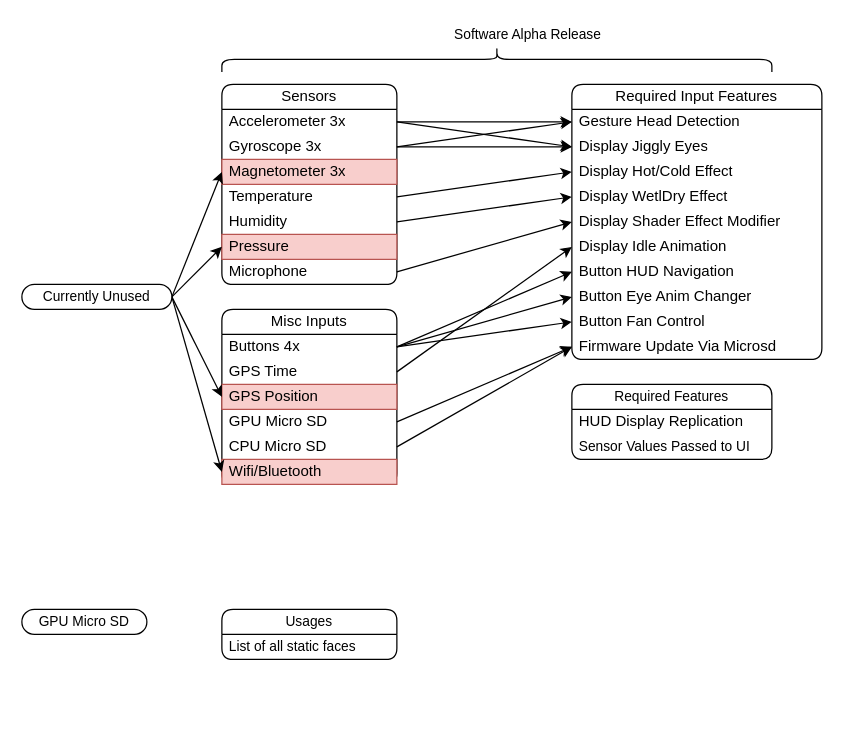
Before: page "Requirements" (1 of 5) of Documents/Software Diagram (DX.3).drawio in Cyberspecies/Synth-Head, a draw.io diagram. Source tidied: cells renumbered, new cells numbered last; positions are measured from the earlier drawing's top-left corner, leaving out a move shared by most shapes. Both pictures are drawn from the tidied source at 125%, with x=0, y=0 at pixel (21, 21).
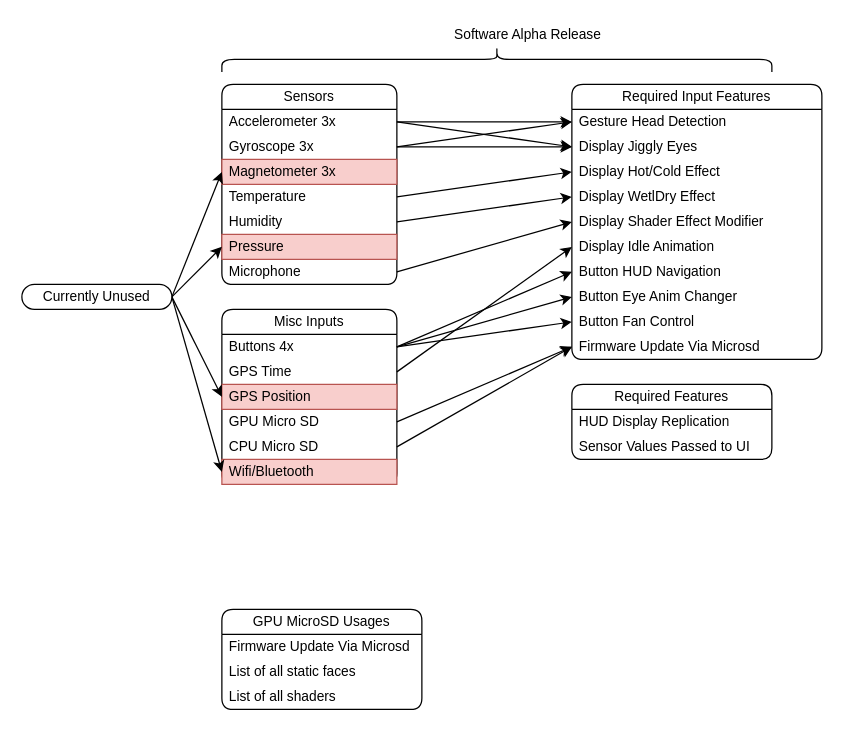
After the change.

Commit message:
Added Alpha release software stack (GPU)

Unchanged cells that the change refers to:
```xml
<mxCell id="39" value="Required Features" style="swimlane;fontStyle=0;horizontal=1;startSize=20;whiteSpace=wrap;html=1;rounded=1;fontFamily=Helvetica;fontSize=11;fontColor=default;labelBackgroundColor=default;" parent="1" vertex="1">
  <mxGeometry x="440" y="290" width="160" height="60" as="geometry" />
</mxCell>
```

Diff of the diagram source:
```diff
@@
-    <mxCell id="2" value="Sensors" style="swimlane;fontStyle=0;horizontal=1;startSize=20;whiteSpace=wrap;html=1;rounded=1;" parent="1" vertex="1">
+    <mxCell id="2" value="Sensors" style="swimlane;fontStyle=0;horizontal=1;startSize=20;whiteSpace=wrap;html=1;rounded=1;fontSize=11;" parent="1" vertex="1">
       <mxGeometry x="160" y="50" width="140" height="160" as="geometry" />
     </mxCell>
-    <mxCell id="3" value="Accelerometer 3x" style="text;strokeColor=none;fillColor=none;align=left;verticalAlign=middle;spacingLeft=4;spacingRight=4;overflow=hidden;points=[[0,0.5],[1,0.5]];portConstraint=eastwest;whiteSpace=wrap;html=1;" parent="2" vertex="1">
+    <mxCell id="3" value="Accelerometer 3x" style="text;strokeColor=none;fillColor=none;align=left;verticalAlign=middle;spacingLeft=4;spacingRight=4;overflow=hidden;points=[[0,0.5],[1,0.5]];portConstraint=eastwest;whiteSpace=wrap;html=1;fontSize=11;" parent="2" vertex="1">
       <mxGeometry y="20" width="140" height="20" as="geometry" />
     </mxCell>
-    <mxCell id="4" value="Gyroscope 3x" style="text;strokeColor=none;fillColor=none;align=left;verticalAlign=middle;spacingLeft=4;spacingRight=4;overflow=hidden;points=[[0,0.5],[1,0.5]];portConstraint=eastwest;whiteSpace=wrap;html=1;" parent="2" vertex="1">
+    <mxCell id="4" value="Gyroscope 3x" style="text;strokeColor=none;fillColor=none;align=left;verticalAlign=middle;spacingLeft=4;spacingRight=4;overflow=hidden;points=[[0,0.5],[1,0.5]];portConstraint=eastwest;whiteSpace=wrap;html=1;fontSize=11;" parent="2" vertex="1">
       <mxGeometry y="40" width="140" height="20" as="geometry" />
     </mxCell>
-    <mxCell id="5" value="Magnetometer 3x" style="text;strokeColor=#b85450;fillColor=#f8cecc;align=left;verticalAlign=middle;spacingLeft=4;spacingRight=4;overflow=hidden;points=[[0,0.5],[1,0.5]];portConstraint=eastwest;whiteSpace=wrap;html=1;" parent="2" vertex="1">
+    <mxCell id="5" value="Magnetometer 3x" style="text;strokeColor=#b85450;fillColor=#f8cecc;align=left;verticalAlign=middle;spacingLeft=4;spacingRight=4;overflow=hidden;points=[[0,0.5],[1,0.5]];portConstraint=eastwest;whiteSpace=wrap;html=1;fontSize=11;" parent="2" vertex="1">
       <mxGeometry y="60" width="140" height="20" as="geometry" />
     </mxCell>
-    <mxCell id="6" value="Temperature" style="text;strokeColor=none;fillColor=none;align=left;verticalAlign=middle;spacingLeft=4;spacingRight=4;overflow=hidden;points=[[0,0.5],[1,0.5]];portConstraint=eastwest;whiteSpace=wrap;html=1;" parent="2" vertex="1">
+    <mxCell id="6" value="Temperature" style="text;strokeColor=none;fillColor=none;align=left;verticalAlign=middle;spacingLeft=4;spacingRight=4;overflow=hidden;points=[[0,0.5],[1,0.5]];portConstraint=eastwest;whiteSpace=wrap;html=1;fontSize=11;" parent="2" vertex="1">
       <mxGeometry y="80" width="140" height="20" as="geometry" />
     </mxCell>
-    <mxCell id="7" value="Humidity" style="text;strokeColor=none;fillColor=none;align=left;verticalAlign=middle;spacingLeft=4;spacingRight=4;overflow=hidden;points=[[0,0.5],[1,0.5]];portConstraint=eastwest;whiteSpace=wrap;html=1;" parent="2" vertex="1">
+    <mxCell id="7" value="Humidity" style="text;strokeColor=none;fillColor=none;align=left;verticalAlign=middle;spacingLeft=4;spacingRight=4;overflow=hidden;points=[[0,0.5],[1,0.5]];portConstraint=eastwest;whiteSpace=wrap;html=1;fontSize=11;" parent="2" vertex="1">
       <mxGeometry y="100" width="140" height="20" as="geometry" />
     </mxCell>
-    <mxCell id="8" value="Pressure" style="text;strokeColor=#b85450;fillColor=#f8cecc;align=left;verticalAlign=middle;spacingLeft=4;spacingRight=4;overflow=hidden;points=[[0,0.5],[1,0.5]];portConstraint=eastwest;whiteSpace=wrap;html=1;" parent="2" vertex="1">
+    <mxCell id="8" value="Pressure" style="text;strokeColor=#b85450;fillColor=#f8cecc;align=left;verticalAlign=middle;spacingLeft=4;spacingRight=4;overflow=hidden;points=[[0,0.5],[1,0.5]];portConstraint=eastwest;whiteSpace=wrap;html=1;fontSize=11;" parent="2" vertex="1">
       <mxGeometry y="120" width="140" height="20" as="geometry" />
     </mxCell>
-    <mxCell id="9" value="Microphone" style="text;strokeColor=none;fillColor=none;align=left;verticalAlign=middle;spacingLeft=4;spacingRight=4;overflow=hidden;points=[[0,0.5],[1,0.5]];portConstraint=eastwest;whiteSpace=wrap;html=1;" parent="2" vertex="1">
+    <mxCell id="9" value="Microphone" style="text;strokeColor=none;fillColor=none;align=left;verticalAlign=middle;spacingLeft=4;spacingRight=4;overflow=hidden;points=[[0,0.5],[1,0.5]];portConstraint=eastwest;whiteSpace=wrap;html=1;fontSize=11;" parent="2" vertex="1">
       <mxGeometry y="140" width="140" height="20" as="geometry" />
     </mxCell>
-    <mxCell id="10" value="Misc Inputs" style="swimlane;fontStyle=0;horizontal=1;startSize=20;whiteSpace=wrap;html=1;rounded=1;" parent="1" vertex="1">
+    <mxCell id="10" value="Misc Inputs" style="swimlane;fontStyle=0;horizontal=1;startSize=20;whiteSpace=wrap;html=1;rounded=1;fontSize=11;" parent="1" vertex="1">
       <mxGeometry x="160" y="230" width="140" height="140" as="geometry" />
     </mxCell>
-    <mxCell id="11" value="Buttons 4x" style="text;strokeColor=none;fillColor=none;align=left;verticalAlign=middle;spacingLeft=4;spacingRight=4;overflow=hidden;points=[[0,0.5],[1,0.5]];portConstraint=eastwest;whiteSpace=wrap;html=1;" parent="10" vertex="1">
+    <mxCell id="11" value="Buttons 4x" style="text;strokeColor=none;fillColor=none;align=left;verticalAlign=middle;spacingLeft=4;spacingRight=4;overflow=hidden;points=[[0,0.5],[1,0.5]];portConstraint=eastwest;whiteSpace=wrap;html=1;fontSize=11;" parent="10" vertex="1">
       <mxGeometry y="20" width="140" height="20" as="geometry" />
     </mxCell>
-    <mxCell id="12" value="GPS Time" style="text;strokeColor=none;fillColor=none;align=left;verticalAlign=middle;spacingLeft=4;spacingRight=4;overflow=hidden;points=[[0,0.5],[1,0.5]];portConstraint=eastwest;whiteSpace=wrap;html=1;" parent="10" vertex="1">
+    <mxCell id="12" value="GPS Time" style="text;strokeColor=none;fillColor=none;align=left;verticalAlign=middle;spacingLeft=4;spacingRight=4;overflow=hidden;points=[[0,0.5],[1,0.5]];portConstraint=eastwest;whiteSpace=wrap;html=1;fontSize=11;" parent="10" vertex="1">
       <mxGeometry y="40" width="140" height="20" as="geometry" />
     </mxCell>
-    <mxCell id="13" value="GPS Position" style="text;strokeColor=#b85450;fillColor=#f8cecc;align=left;verticalAlign=middle;spacingLeft=4;spacingRight=4;overflow=hidden;points=[[0,0.5],[1,0.5]];portConstraint=eastwest;whiteSpace=wrap;html=1;" parent="10" vertex="1">
+    <mxCell id="13" value="GPS Position" style="text;strokeColor=#b85450;fillColor=#f8cecc;align=left;verticalAlign=middle;spacingLeft=4;spacingRight=4;overflow=hidden;points=[[0,0.5],[1,0.5]];portConstraint=eastwest;whiteSpace=wrap;html=1;fontSize=11;" parent="10" vertex="1">
       <mxGeometry y="60" width="140" height="20" as="geometry" />
     </mxCell>
-    <mxCell id="14" value="GPU Micro SD" style="text;strokeColor=none;fillColor=none;align=left;verticalAlign=middle;spacingLeft=4;spacingRight=4;overflow=hidden;points=[[0,0.5],[1,0.5]];portConstraint=eastwest;whiteSpace=wrap;html=1;" parent="10" vertex="1">
+    <mxCell id="14" value="GPU Micro SD" style="text;strokeColor=none;fillColor=none;align=left;verticalAlign=middle;spacingLeft=4;spacingRight=4;overflow=hidden;points=[[0,0.5],[1,0.5]];portConstraint=eastwest;whiteSpace=wrap;html=1;fontSize=11;" parent="10" vertex="1">
       <mxGeometry y="80" width="140" height="20" as="geometry" />
     </mxCell>
-    <mxCell id="15" value="CPU Micro SD" style="text;strokeColor=none;fillColor=none;align=left;verticalAlign=middle;spacingLeft=4;spacingRight=4;overflow=hidden;points=[[0,0.5],[1,0.5]];portConstraint=eastwest;whiteSpace=wrap;html=1;" parent="10" vertex="1">
+    <mxCell id="15" value="CPU Micro SD" style="text;strokeColor=none;fillColor=none;align=left;verticalAlign=middle;spacingLeft=4;spacingRight=4;overflow=hidden;points=[[0,0.5],[1,0.5]];portConstraint=eastwest;whiteSpace=wrap;html=1;fontSize=11;" parent="10" vertex="1">
       <mxGeometry y="100" width="140" height="20" as="geometry" />
     </mxCell>
-    <mxCell id="16" value="Wifi/Bluetooth" style="text;strokeColor=#b85450;fillColor=#f8cecc;align=left;verticalAlign=middle;spacingLeft=4;spacingRight=4;overflow=hidden;points=[[0,0.5],[1,0.5]];portConstraint=eastwest;whiteSpace=wrap;html=1;" parent="10" vertex="1">
+    <mxCell id="16" value="Wifi/Bluetooth" style="text;strokeColor=#b85450;fillColor=#f8cecc;align=left;verticalAlign=middle;spacingLeft=4;spacingRight=4;overflow=hidden;points=[[0,0.5],[1,0.5]];portConstraint=eastwest;whiteSpace=wrap;html=1;fontSize=11;" parent="10" vertex="1">
       <mxGeometry y="120" width="140" height="20" as="geometry" />
     </mxCell>
-    <mxCell id="17" value="Required Input Features" style="swimlane;fontStyle=0;horizontal=1;startSize=20;whiteSpace=wrap;html=1;rounded=1;" parent="1" vertex="1">
+    <mxCell id="17" value="Required Input Features" style="swimlane;fontStyle=0;horizontal=1;startSize=20;whiteSpace=wrap;html=1;rounded=1;fontSize=11;" parent="1" vertex="1">
       <mxGeometry x="440" y="50" width="200" height="220" as="geometry" />
     </mxCell>
-    <mxCell id="18" value="Gesture Head Detection" style="text;strokeColor=none;fillColor=none;align=left;verticalAlign=middle;spacingLeft=4;spacingRight=4;overflow=hidden;points=[[0,0.5],[1,0.5]];portConstraint=eastwest;whiteSpace=wrap;html=1;" parent="17" vertex="1">
+    <mxCell id="18" value="Gesture Head Detection" style="text;strokeColor=none;fillColor=none;align=left;verticalAlign=middle;spacingLeft=4;spacingRight=4;overflow=hidden;points=[[0,0.5],[1,0.5]];portConstraint=eastwest;whiteSpace=wrap;html=1;fontSize=11;" parent="17" vertex="1">
       <mxGeometry y="20" width="200" height="20" as="geometry" />
     </mxCell>
-    <mxCell id="19" value="Display Jiggly Eyes" style="text;strokeColor=none;fillColor=none;align=left;verticalAlign=middle;spacingLeft=4;spacingRight=4;overflow=hidden;points=[[0,0.5],[1,0.5]];portConstraint=eastwest;whiteSpace=wrap;html=1;" parent="17" vertex="1">
+    <mxCell id="19" value="Display Jiggly Eyes" style="text;strokeColor=none;fillColor=none;align=left;verticalAlign=middle;spacingLeft=4;spacingRight=4;overflow=hidden;points=[[0,0.5],[1,0.5]];portConstraint=eastwest;whiteSpace=wrap;html=1;fontSize=11;" parent="17" vertex="1">
       <mxGeometry y="40" width="200" height="20" as="geometry" />
     </mxCell>
-    <mxCell id="20" value="Display Hot/Cold Effect" style="text;strokeColor=none;fillColor=none;align=left;verticalAlign=middle;spacingLeft=4;spacingRight=4;overflow=hidden;points=[[0,0.5],[1,0.5]];portConstraint=eastwest;whiteSpace=wrap;html=1;" parent="17" vertex="1">
+    <mxCell id="20" value="Display Hot/Cold Effect" style="text;strokeColor=none;fillColor=none;align=left;verticalAlign=middle;spacingLeft=4;spacingRight=4;overflow=hidden;points=[[0,0.5],[1,0.5]];portConstraint=eastwest;whiteSpace=wrap;html=1;fontSize=11;" parent="17" vertex="1">
       <mxGeometry y="60" width="200" height="20" as="geometry" />
     </mxCell>
-    <mxCell id="21" value="Display WetlDry Effect" style="text;strokeColor=none;fillColor=none;align=left;verticalAlign=middle;spacingLeft=4;spacingRight=4;overflow=hidden;points=[[0,0.5],[1,0.5]];portConstraint=eastwest;whiteSpace=wrap;html=1;" parent="17" vertex="1">
+    <mxCell id="21" value="Display WetlDry Effect" style="text;strokeColor=none;fillColor=none;align=left;verticalAlign=middle;spacingLeft=4;spacingRight=4;overflow=hidden;points=[[0,0.5],[1,0.5]];portConstraint=eastwest;whiteSpace=wrap;html=1;fontSize=11;" parent="17" vertex="1">
       <mxGeometry y="80" width="200" height="20" as="geometry" />
     </mxCell>
-    <mxCell id="22" value="Display Shader Effect Modifier" style="text;strokeColor=none;fillColor=none;align=left;verticalAlign=middle;spacingLeft=4;spacingRight=4;overflow=hidden;points=[[0,0.5],[1,0.5]];portConstraint=eastwest;whiteSpace=wrap;html=1;" parent="17" vertex="1">
+    <mxCell id="22" value="Display Shader Effect Modifier" style="text;strokeColor=none;fillColor=none;align=left;verticalAlign=middle;spacingLeft=4;spacingRight=4;overflow=hidden;points=[[0,0.5],[1,0.5]];portConstraint=eastwest;whiteSpace=wrap;html=1;fontSize=11;" parent="17" vertex="1">
       <mxGeometry y="100" width="200" height="20" as="geometry" />
     </mxCell>
-    <mxCell id="23" value="Display Idle Animation" style="text;strokeColor=none;fillColor=none;align=left;verticalAlign=middle;spacingLeft=4;spacingRight=4;overflow=hidden;points=[[0,0.5],[1,0.5]];portConstraint=eastwest;whiteSpace=wrap;html=1;" parent="17" vertex="1">
+    <mxCell id="23" value="Display Idle Animation" style="text;strokeColor=none;fillColor=none;align=left;verticalAlign=middle;spacingLeft=4;spacingRight=4;overflow=hidden;points=[[0,0.5],[1,0.5]];portConstraint=eastwest;whiteSpace=wrap;html=1;fontSize=11;" parent="17" vertex="1">
       <mxGeometry y="120" width="200" height="20" as="geometry" />
     </mxCell>
-    <mxCell id="24" value="Button HUD Navigation" style="text;strokeColor=none;fillColor=none;align=left;verticalAlign=middle;spacingLeft=4;spacingRight=4;overflow=hidden;points=[[0,0.5],[1,0.5]];portConstraint=eastwest;whiteSpace=wrap;html=1;" parent="17" vertex="1">
+    <mxCell id="24" value="Button HUD Navigation" style="text;strokeColor=none;fillColor=none;align=left;verticalAlign=middle;spacingLeft=4;spacingRight=4;overflow=hidden;points=[[0,0.5],[1,0.5]];portConstraint=eastwest;whiteSpace=wrap;html=1;fontSize=11;" parent="17" vertex="1">
       <mxGeometry y="140" width="200" height="20" as="geometry" />
     </mxCell>
-    <mxCell id="25" value="Button Eye Anim Changer" style="text;strokeColor=none;fillColor=none;align=left;verticalAlign=middle;spacingLeft=4;spacingRight=4;overflow=hidden;points=[[0,0.5],[1,0.5]];portConstraint=eastwest;whiteSpace=wrap;html=1;" parent="17" vertex="1">
+    <mxCell id="25" value="Button Eye Anim Changer" style="text;strokeColor=none;fillColor=none;align=left;verticalAlign=middle;spacingLeft=4;spacingRight=4;overflow=hidden;points=[[0,0.5],[1,0.5]];portConstraint=eastwest;whiteSpace=wrap;html=1;fontSize=11;" parent="17" vertex="1">
       <mxGeometry y="160" width="200" height="20" as="geometry" />
     </mxCell>
-    <mxCell id="26" value="Button Fan Control" style="text;strokeColor=none;fillColor=none;align=left;verticalAlign=middle;spacingLeft=4;spacingRight=4;overflow=hidden;points=[[0,0.5],[1,0.5]];portConstraint=eastwest;whiteSpace=wrap;html=1;" parent="17" vertex="1">
+    <mxCell id="26" value="Button Fan Control" style="text;strokeColor=none;fillColor=none;align=left;verticalAlign=middle;spacingLeft=4;spacingRight=4;overflow=hidden;points=[[0,0.5],[1,0.5]];portConstraint=eastwest;whiteSpace=wrap;html=1;fontSize=11;" parent="17" vertex="1">
       <mxGeometry y="180" width="200" height="20" as="geometry" />
     </mxCell>
-    <mxCell id="27" value="Firmware Update Via Microsd" style="text;strokeColor=none;fillColor=none;align=left;verticalAlign=middle;spacingLeft=4;spacingRight=4;overflow=hidden;points=[[0,0.5],[1,0.5]];portConstraint=eastwest;whiteSpace=wrap;html=1;" parent="17" vertex="1">
+    <mxCell id="27" value="Firmware Update Via Microsd" style="text;strokeColor=none;fillColor=none;align=left;verticalAlign=middle;spacingLeft=4;spacingRight=4;overflow=hidden;points=[[0,0.5],[1,0.5]];portConstraint=eastwest;whiteSpace=wrap;html=1;fontSize=11;" parent="17" vertex="1">
       <mxGeometry y="200" width="200" height="20" as="geometry" />
     </mxCell>
-    <mxCell id="28" style="rounded=0;jettySize=auto;html=1;exitX=1;exitY=0.5;exitDx=0;exitDy=0;entryX=0;entryY=0.5;entryDx=0;entryDy=0;" parent="1" edge="1" source="3" target="19">
+    <mxCell id="28" style="rounded=0;jettySize=auto;html=1;exitX=1;exitY=0.5;exitDx=0;exitDy=0;entryX=0;entryY=0.5;entryDx=0;entryDy=0;fontSize=11;" parent="1" edge="1" source="3" target="19">
       <mxGeometry relative="1" as="geometry" />
     </mxCell>
-    <mxCell id="29" style="rounded=0;jettySize=auto;html=1;exitX=1;exitY=0.5;exitDx=0;exitDy=0;entryX=0;entryY=0.5;entryDx=0;entryDy=0;" parent="1" edge="1" source="4" target="19">
+    <mxCell id="29" style="rounded=0;jettySize=auto;html=1;exitX=1;exitY=0.5;exitDx=0;exitDy=0;entryX=0;entryY=0.5;entryDx=0;entryDy=0;fontSize=11;" parent="1" edge="1" source="4" target="19">
       <mxGeometry relative="1" as="geometry" />
     </mxCell>
@@
-    <mxCell id="40" value="HUD Display Replication" style="text;strokeColor=none;fillColor=none;align=left;verticalAlign=middle;spacingLeft=4;spacingRight=4;overflow=hidden;whiteSpace=wrap;html=1;" parent="39" vertex="1">
+    <mxCell id="40" value="HUD Display Replication" style="text;strokeColor=none;fillColor=none;align=left;verticalAlign=middle;spacingLeft=4;spacingRight=4;overflow=hidden;whiteSpace=wrap;html=1;fontSize=11;" parent="39" vertex="1">
       <mxGeometry y="20" width="160" height="20" as="geometry" />
     </mxCell>
@@
-    <mxCell id="51" value="GPU Micro SD" style="rounded=1;whiteSpace=wrap;html=1;absoluteArcSize=1;fontFamily=Helvetica;fontSize=11;fontColor=default;labelBackgroundColor=default;" parent="1" vertex="1">
-      <mxGeometry y="470" width="100" height="20" as="geometry" />
-    </mxCell>
-    <mxCell id="52" value="Usages" style="swimlane;fontStyle=0;horizontal=1;startSize=20;whiteSpace=wrap;html=1;rounded=1;fontFamily=Helvetica;fontSize=11;fontColor=default;labelBackgroundColor=default;" parent="1" vertex="1">
-      <mxGeometry x="160" y="470" width="140" height="40" as="geometry" />
+    <mxCell id="52" value="GPU MicroSD Usages" style="swimlane;fontStyle=0;horizontal=1;startSize=20;whiteSpace=wrap;html=1;rounded=1;fontFamily=Helvetica;fontSize=11;fontColor=default;labelBackgroundColor=default;" parent="1" vertex="1">
+      <mxGeometry x="160" y="470" width="160" height="80" as="geometry" />
     </mxCell>
+    <mxCell id="54" value="Firmware Update Via Microsd" style="text;strokeColor=none;fillColor=none;align=left;verticalAlign=middle;spacingLeft=4;spacingRight=4;overflow=hidden;whiteSpace=wrap;html=1;fontSize=11;" parent="52" vertex="1">
+      <mxGeometry y="20" width="160" height="20" as="geometry" />
+    </mxCell>
     <mxCell id="53" value="List of all static faces" style="text;strokeColor=none;fillColor=none;align=left;verticalAlign=middle;spacingLeft=4;spacingRight=4;overflow=hidden;whiteSpace=wrap;html=1;fontFamily=Helvetica;fontSize=11;fontColor=default;labelBackgroundColor=default;" parent="52" vertex="1">
-      <mxGeometry y="20" width="140" height="20" as="geometry" />
+      <mxGeometry y="40" width="160" height="20" as="geometry" />
     </mxCell>
+    <mxCell id="55" value="List of all shaders" style="text;strokeColor=none;fillColor=none;align=left;verticalAlign=middle;spacingLeft=4;spacingRight=4;overflow=hidden;whiteSpace=wrap;html=1;fontFamily=Helvetica;fontSize=11;fontColor=default;labelBackgroundColor=default;" parent="52" vertex="1">
+      <mxGeometry y="60" width="160" height="20" as="geometry" />
+    </mxCell>
```
